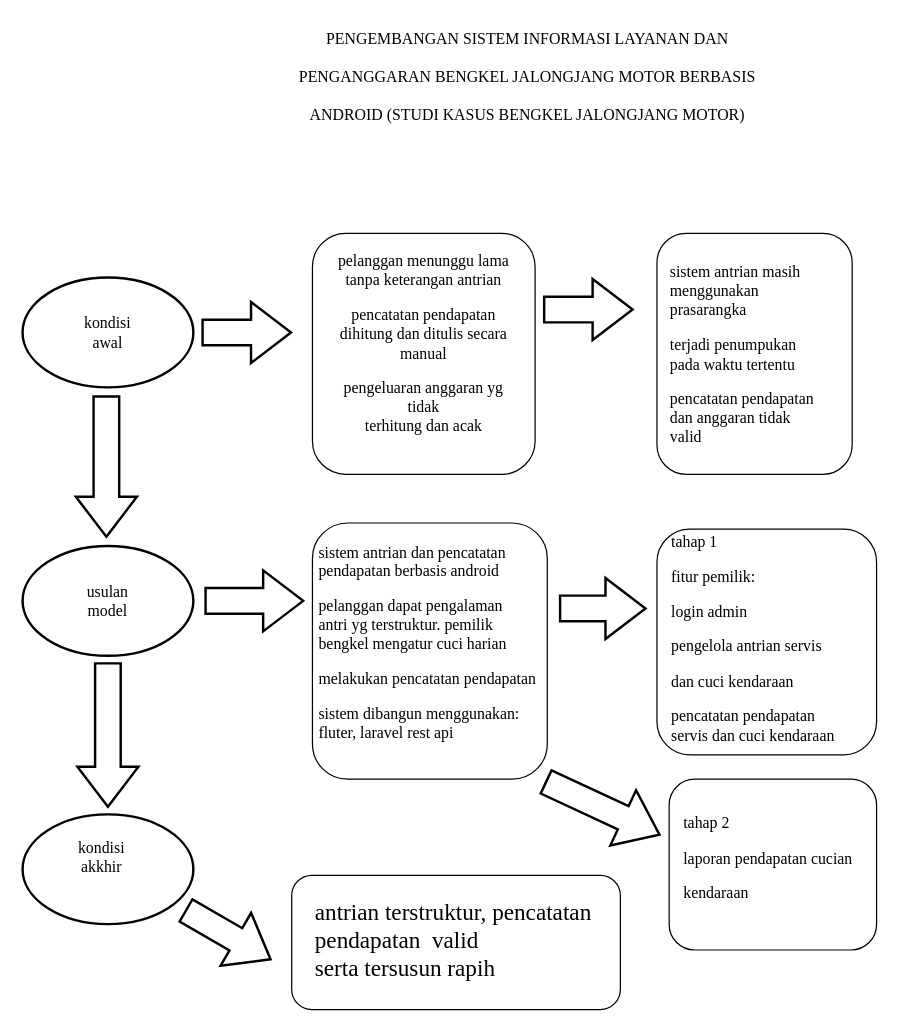
Before: page "Halaman-3" (1 of 3) of docs/Diagram Tanpa Judul.drawio in candra120404/sistem_antrian, a draw.io diagram. Source tidied: cells renumbered, new cells numbered last; positions are measured from the earlier drawing's top-left corner, leaving out a move shared by most shapes. Both pictures are drawn from the tidied source at 122%, with x=0, y=0 at pixel (22, 21).
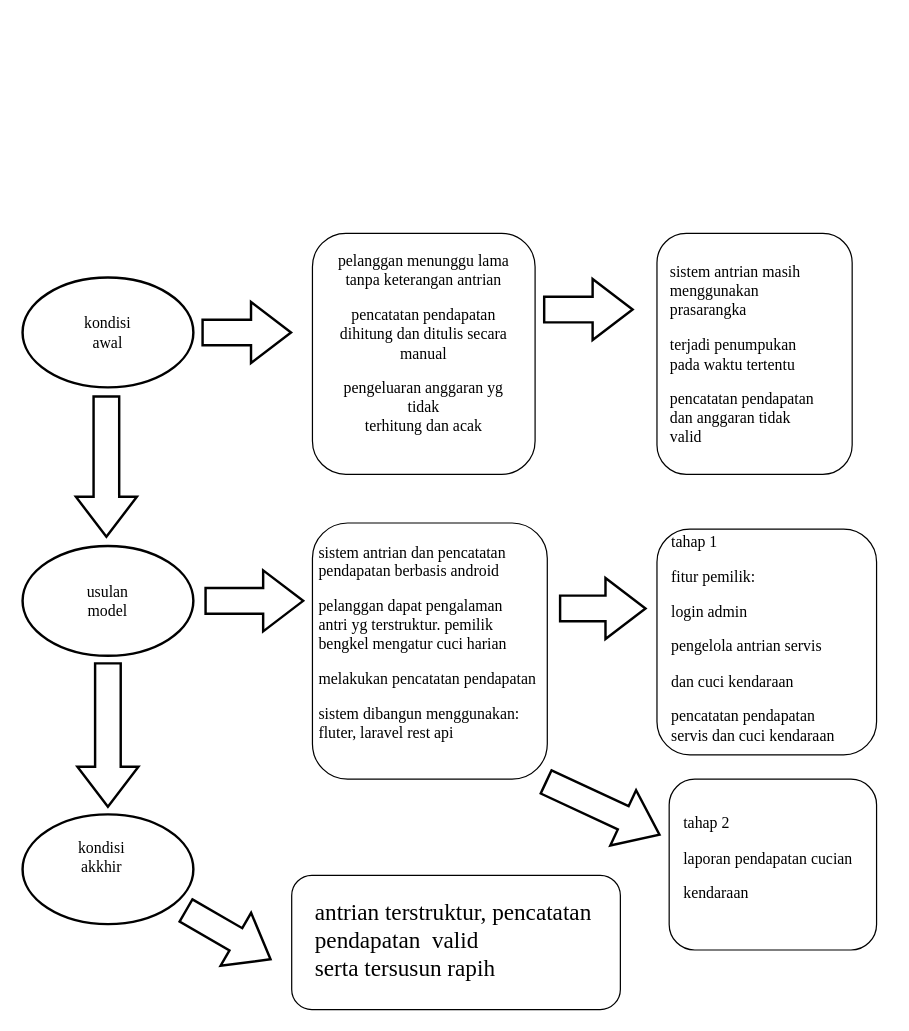
The same diagram, later.

Diff of the diagram source:
```diff
@@
-    <mxCell id="19" value="PENGEMBANGAN SISTEM INFORMASI LAYANAN DAN&lt;br&gt;&lt;br&gt;PENGANGGARAN BENGKEL JALONGJANG MOTOR BERBASIS&lt;br&gt;&lt;br&gt;ANDROID (STUDI KASUS BENGKEL JALONGJANG MOTOR)" style="text;html=1;whiteSpace=wrap;strokeColor=none;fillColor=none;align=center;verticalAlign=middle;rounded=0;fontColor=light-dark(#000000,#080808);fontFamily=Times New Roman;fontSize=13;" parent="1" vertex="1">
-      <mxGeometry x="164" width="500" height="90" as="geometry" />
-    </mxCell>
```
